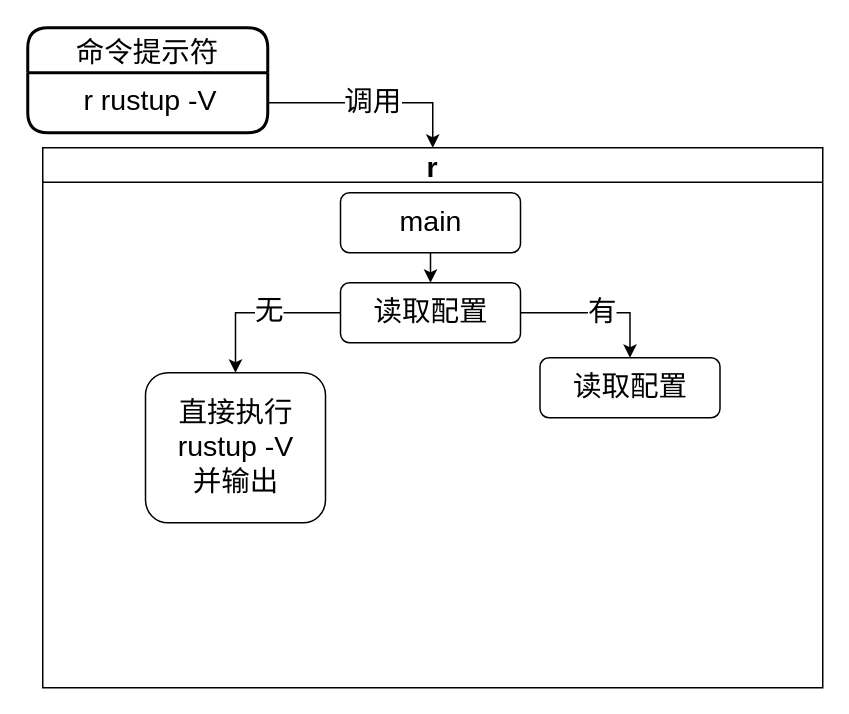
xxnuo/reprint keeps this draw.io diagram as 设计方案.drawio. Above is the earlier version. Source tidied: cells renumbered, new cells numbered last; positions are measured from the earlier drawing's top-left corner, leaving out a move shared by most shapes. Both pictures are drawn from the tidied source at 150%, with x=0, y=0 at pixel (27, 27).
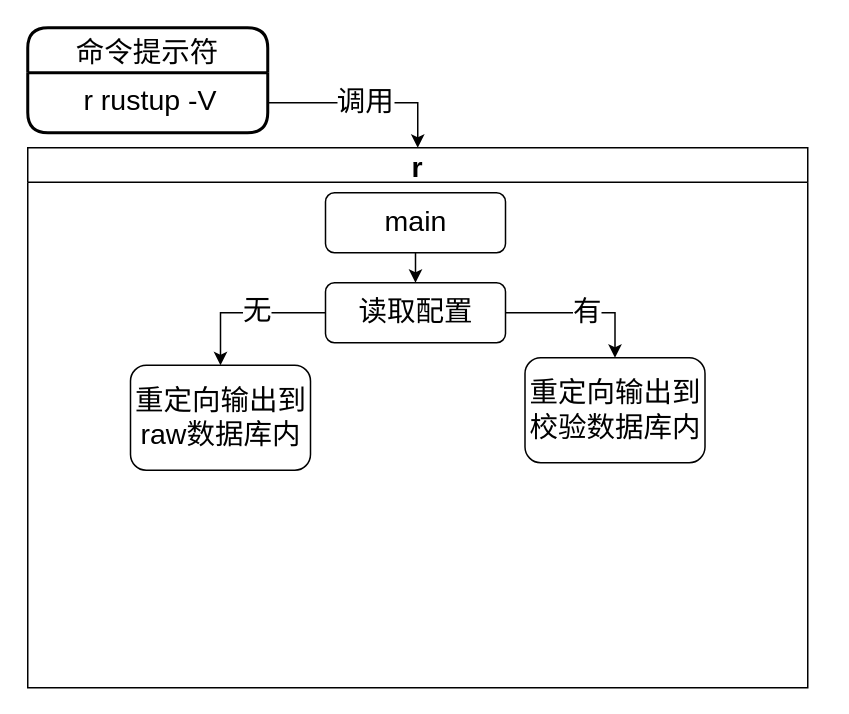
The same page after the edit.

Change to the diagram source:
```diff
@@
 <mxGraphModel>
   <root>
     <mxCell id="0" />
     <mxCell id="1" parent="0" />
     <mxCell id="2" value="命令提示符" style="swimlane;horizontal=1;startSize=30;rounded=1;fontSize=19;fontStyle=0;strokeWidth=2;shadow=0;dashed=0;align=center;" parent="1" vertex="1">
       <mxGeometry width="160" height="70" as="geometry" />
     </mxCell>
     <mxCell id="3" value="r rustup -V" style="align=center;strokeColor=none;fillColor=none;spacingLeft=4;fontSize=19;verticalAlign=top;" parent="2" vertex="1">
       <mxGeometry y="30" width="160" height="40" as="geometry" />
     </mxCell>
     <mxCell id="4" value="调用" style="edgeStyle=orthogonalEdgeStyle;rounded=0;jettySize=auto;html=1;exitX=1;exitY=0.5;exitDx=0;exitDy=0;fontSize=19;entryX=0.5;entryY=0;entryDx=0;entryDy=0;" parent="1" edge="1" source="3" target="5">
       <mxGeometry relative="1" as="geometry" />
     </mxCell>
     <mxCell id="5" value="r" style="swimlane;fontSize=19;" parent="1" vertex="1">
-      <mxGeometry x="10" y="80" width="520" height="360" as="geometry" />
+      <mxGeometry y="80" width="520" height="360" as="geometry" />
     </mxCell>
     <mxCell id="6" style="edgeStyle=orthogonalEdgeStyle;rounded=0;jettySize=auto;html=1;exitX=0.5;exitY=1;exitDx=0;exitDy=0;entryX=0.5;entryY=0;entryDx=0;entryDy=0;fontSize=19;" parent="5" edge="1" source="7" target="12">
       <mxGeometry relative="1" as="geometry" />
     </mxCell>
     <mxCell id="7" value="main" style="rounded=1;whiteSpace=wrap;html=1;fontSize=19;" parent="5" vertex="1">
       <mxGeometry x="198.5" y="30" width="120" height="40" as="geometry" />
     </mxCell>
     <mxCell id="8" style="edgeStyle=orthogonalEdgeStyle;rounded=0;jettySize=auto;html=1;fontSize=19;" parent="5" edge="1" source="12" target="13">
       <mxGeometry relative="1" as="geometry" />
     </mxCell>
     <mxCell id="9" value="无" style="edgeLabel;html=1;align=center;verticalAlign=middle;fontSize=19;" parent="8" vertex="1">
       <mxGeometry x="-0.13" y="-2" relative="1" as="geometry" />
     </mxCell>
     <mxCell id="10" style="edgeStyle=orthogonalEdgeStyle;rounded=0;jettySize=auto;html=1;fontSize=19;" parent="5" edge="1" source="12" target="14">
       <mxGeometry relative="1" as="geometry" />
     </mxCell>
     <mxCell id="11" value="有" style="edgeLabel;html=1;align=center;verticalAlign=middle;fontSize=19;" parent="10" vertex="1">
       <mxGeometry x="0.04" y="1" relative="1" as="geometry" />
     </mxCell>
     <mxCell id="12" value="读取配置" style="rounded=1;whiteSpace=wrap;html=1;fontSize=19;" parent="5" vertex="1">
       <mxGeometry x="198.5" y="90" width="120" height="40" as="geometry" />
     </mxCell>
-    <mxCell id="13" value="直接执行&lt;br&gt;rustup -V&lt;br&gt;并输出" style="rounded=1;whiteSpace=wrap;html=1;fontSize=19;" parent="5" vertex="1">
-      <mxGeometry x="68.5" y="150" width="120" height="100" as="geometry" />
+    <mxCell id="13" value="重定向输出到&lt;br&gt;raw数据库内" style="rounded=1;whiteSpace=wrap;html=1;fontSize=19;" parent="5" vertex="1">
+      <mxGeometry x="68.5" y="145" width="120" height="70" as="geometry" />
     </mxCell>
-    <mxCell id="14" value="读取配置" style="rounded=1;whiteSpace=wrap;html=1;fontSize=19;" parent="5" vertex="1">
-      <mxGeometry x="331.5" y="140" width="120" height="40" as="geometry" />
+    <mxCell id="14" value="重定向输出到校验数据库内" style="rounded=1;whiteSpace=wrap;html=1;fontSize=19;" parent="5" vertex="1">
+      <mxGeometry x="331.5" y="140" width="120" height="70" as="geometry" />
     </mxCell>
   </root>
 </mxGraphModel>
```
